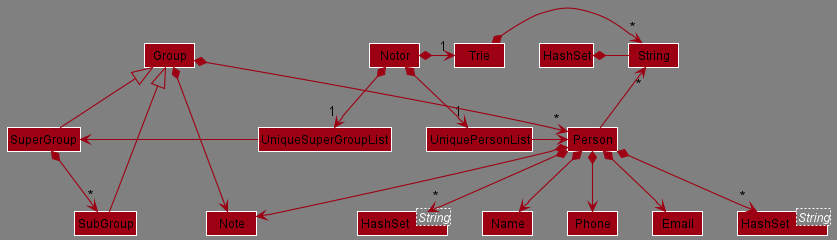
Before: docs/images/BetterModelClassDiagram.png, a diagram exported from PlantUML (nus-cs2103-AY2122S1/tp).
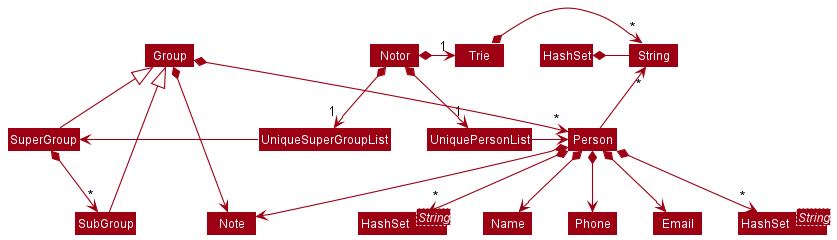
The same file after the commit.

Diff of the diagram source:
```diff
@@ -2,12 +2,10 @@
 !include style.puml
 skinparam arrowThickness 1.1
 skinparam arrowColor MODEL_COLOR
-skinparam backgroundColor GRAY
 skinparam classBackgroundColor MODEL_COLOR
-skinparam classFontColor black
 
-class "HashSet<String>" as DisplaySuperGroups
-class "HashSet<String>" as DisplaySubGroups
+class "HashSet<String>" as DisplaySuperGroups MODEL_COLOR
+class "HashSet<String>" as DisplaySubGroups MODEL_COLOR
 HashSet *- String
 Notor *-right-> "1" UniquePersonList
 Notor *-right-> "1" UniqueSuperGroupList
```
